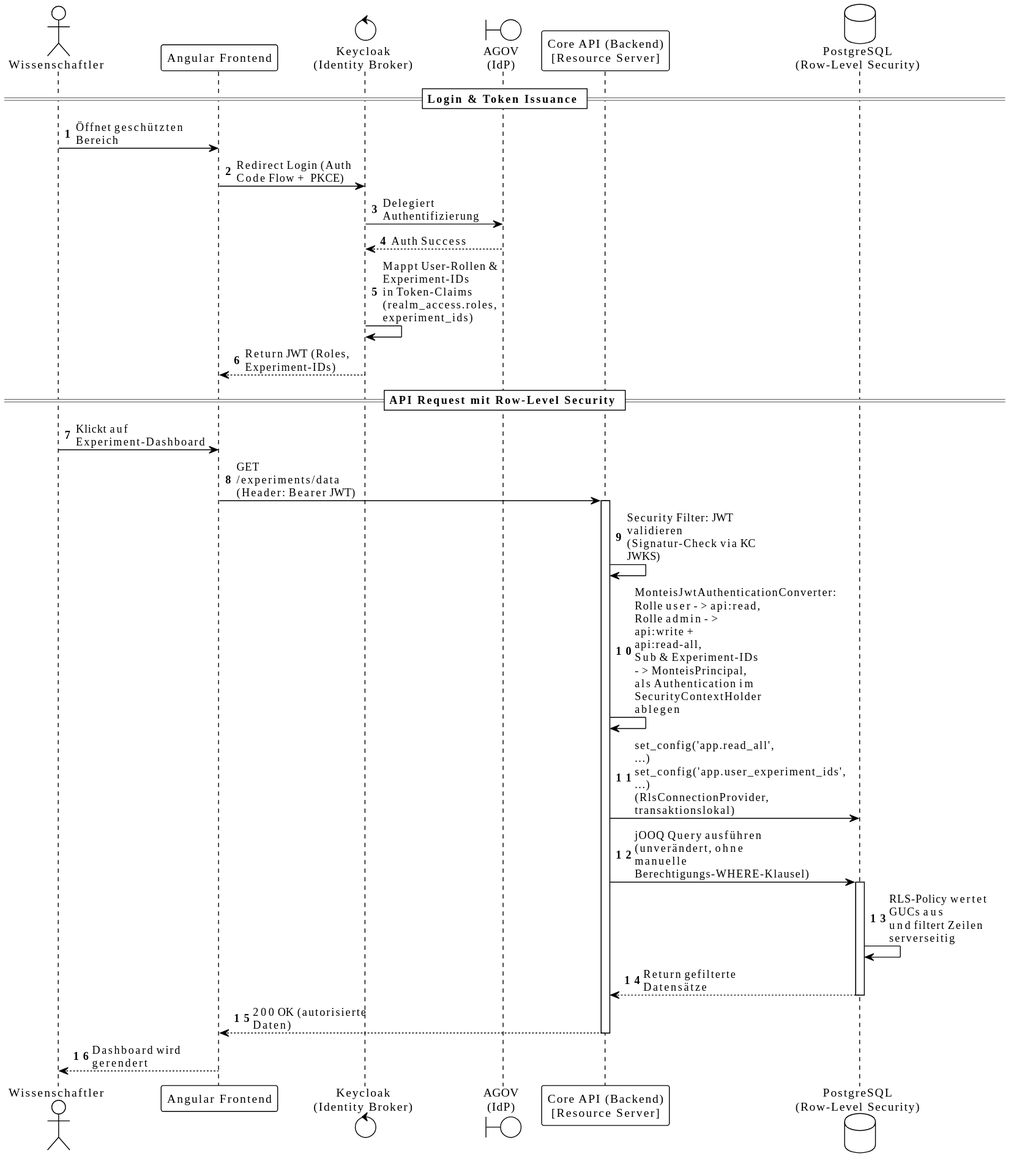
Before: documentation/architecture/images/seq-login-sso.svg, a diagram exported from PlantUML (swisstopo/lg-monteis).
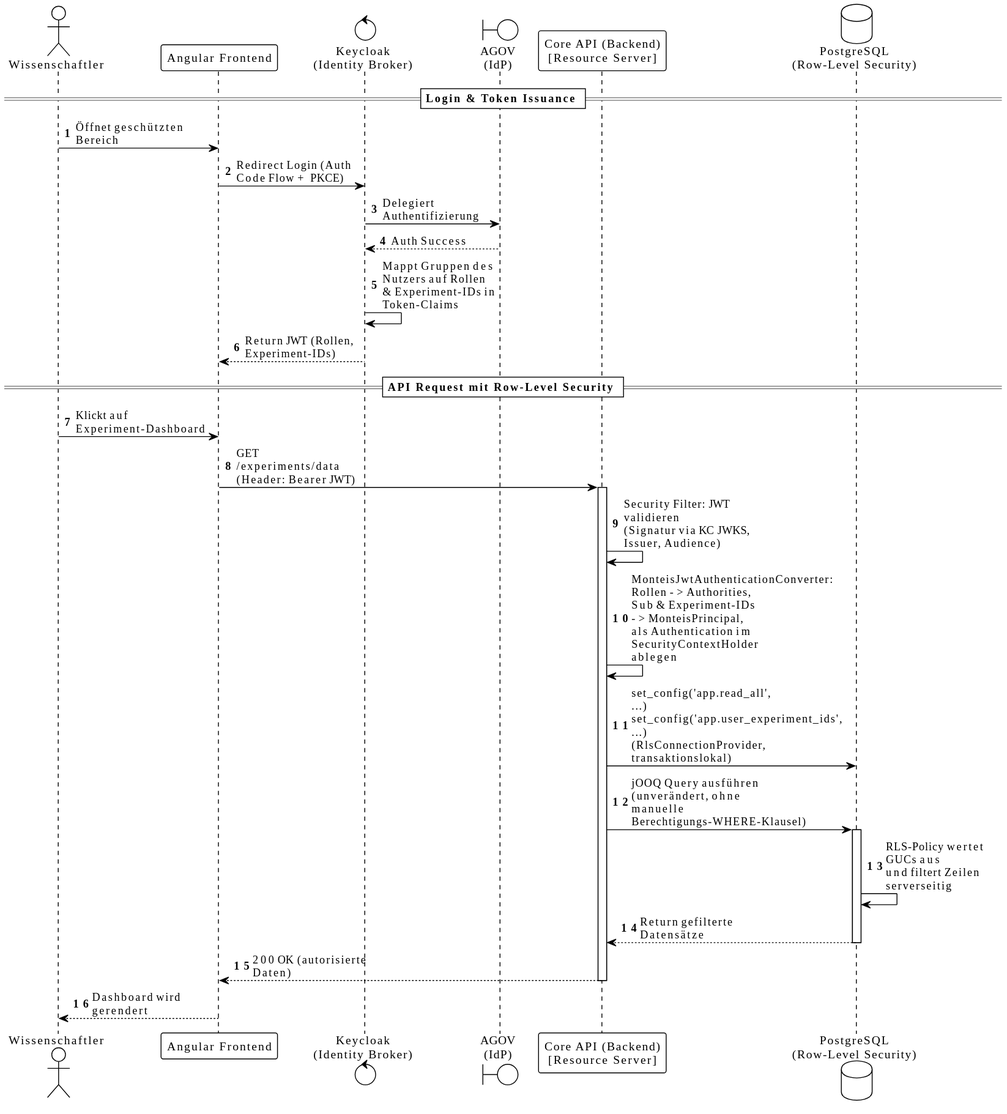
After the commit.

The edit, as a diff of the source:
```diff
@@ -153,16 +153,16 @@
 UI -> KC : Redirect Login (Auth Code Flow + PKCE)
 KC -> AGOV : Delegiert Authentifizierung
 AGOV --> KC : Auth Success
-KC -> KC : Mappt User-Rollen & Experiment-IDs\nin Token-Claims (realm_access.roles, experiment_ids)
-KC --> UI : Return JWT (Roles, Experiment-IDs)
+KC -> KC : Mappt Gruppen des Nutzers auf Rollen\n& Experiment-IDs in Token-Claims
+KC --> UI : Return JWT (Rollen, Experiment-IDs)
 
 == API Request mit Row-Level Security ==
 User -> UI : Klickt auf Experiment-Dashboard
 UI -> Backend : GET /experiments/data\n(Header: Bearer JWT)
 activate Backend
 
-Backend -> Backend : Security Filter: JWT validieren\n(Signatur-Check via KC JWKS)
-Backend -> Backend : MonteisJwtAuthenticationConverter: Rolle user -> api:read,\nRolle admin -> api:write + api:read-all,\nSub & Experiment-IDs -> MonteisPrincipal,\nals Authentication im SecurityContextHolder ablegen
+Backend -> Backend : Security Filter: JWT validieren\n(Signatur via KC JWKS, Issuer, Audience)
+Backend -> Backend : MonteisJwtAuthenticationConverter: Rollen -> Authorities,\nSub & Experiment-IDs -> MonteisPrincipal,\nals Authentication im SecurityContextHolder ablegen
 
 Backend -> DB : set_config('app.read_all', ...)\nset_config('app.user_experiment_ids', ...)\n(RlsConnectionProvider, transaktionslokal)
 Backend -> DB : jOOQ Query ausführen\n(unverändert, ohne manuelle\nBerechtigungs-WHERE-Klausel)
```
